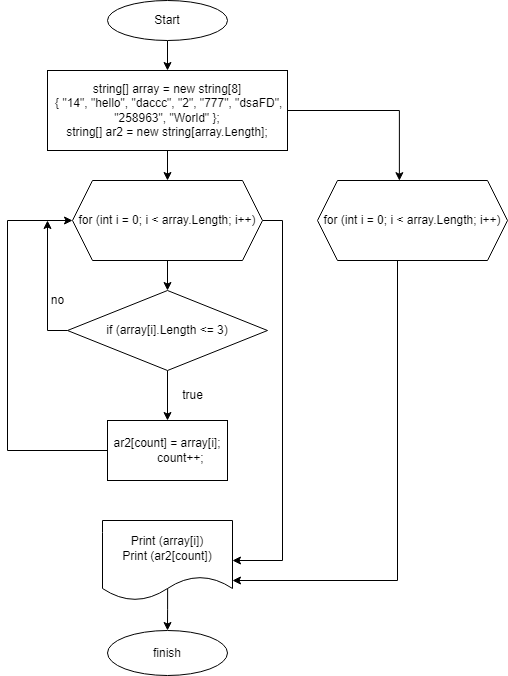
Earlier version of the draw.io export block-shema.png (Valepa2911/Massiv). Source tidied: cells renumbered, new cells last; positions are measured from the earlier drawing's top-left corner, leaving out a move shared by most shapes. The source it was exported from:
```xml
<mxGraphModel>
  <root>
    <mxCell id="0" />
    <mxCell id="1" parent="0" />
    <mxCell id="2" style="edgeStyle=orthogonalEdgeStyle;rounded=0;jettySize=auto;html=1;entryX=0.5;entryY=0;entryDx=0;entryDy=0;" parent="1" edge="1" source="3" target="6">
      <mxGeometry relative="1" as="geometry" />
    </mxCell>
    <mxCell id="3" value="Start" style="ellipse;whiteSpace=wrap;html=1;" parent="1" vertex="1">
      <mxGeometry x="100" width="120" height="40" as="geometry" />
    </mxCell>
    <mxCell id="4" style="edgeStyle=orthogonalEdgeStyle;rounded=0;jettySize=auto;html=1;" parent="1" edge="1" source="6" target="9">
      <mxGeometry relative="1" as="geometry">
        <Array as="points">
          <mxPoint x="160" y="90" />
          <mxPoint x="160" y="90" />
        </Array>
      </mxGeometry>
    </mxCell>
    <mxCell id="5" style="edgeStyle=orthogonalEdgeStyle;rounded=0;jettySize=auto;html=1;entryX=0.431;entryY=0.002;entryDx=0;entryDy=0;entryPerimeter=0;" parent="1" edge="1" source="6" target="21">
      <mxGeometry relative="1" as="geometry" />
    </mxCell>
    <mxCell id="6" value="&lt;div&gt;string[] array = new string[8]&lt;/div&gt;&lt;div&gt;&amp;nbsp;{ &quot;14&quot;, &quot;hello&quot;, &quot;daccc&quot;, &quot;2&quot;, &quot;777&quot;, &quot;dsaFD&quot;, &quot;258963&quot;, &quot;World&quot; };&lt;/div&gt;&lt;div&gt;&lt;span style=&quot;background-color: initial;&quot;&gt;string[] ar2 = new string[array.Length];&lt;/span&gt;&lt;br&gt;&lt;/div&gt;" style="rounded=0;whiteSpace=wrap;html=1;" parent="1" vertex="1">
      <mxGeometry x="40" y="70" width="240" height="80" as="geometry" />
    </mxCell>
    <mxCell id="7" style="edgeStyle=orthogonalEdgeStyle;rounded=0;jettySize=auto;html=1;" parent="1" edge="1" source="9" target="12">
      <mxGeometry relative="1" as="geometry" />
    </mxCell>
    <mxCell id="8" style="edgeStyle=orthogonalEdgeStyle;rounded=0;jettySize=auto;html=1;entryX=1;entryY=0.5;entryDx=0;entryDy=0;" parent="1" edge="1" source="9" target="18">
      <mxGeometry relative="1" as="geometry">
        <Array as="points">
          <mxPoint x="275" y="220" />
          <mxPoint x="275" y="560" />
        </Array>
      </mxGeometry>
    </mxCell>
    <mxCell id="9" value="for (int i = 0; i &amp;lt; array.Length; i++)" style="shape=hexagon;perimeter=hexagonPerimeter2;whiteSpace=wrap;html=1;fixedSize=1;" parent="1" vertex="1">
      <mxGeometry x="65" y="180" width="190" height="80" as="geometry" />
    </mxCell>
    <mxCell id="10" style="edgeStyle=orthogonalEdgeStyle;rounded=0;jettySize=auto;html=1;" parent="1" edge="1" source="12" target="14">
      <mxGeometry relative="1" as="geometry" />
    </mxCell>
    <mxCell id="11" style="edgeStyle=orthogonalEdgeStyle;rounded=0;jettySize=auto;html=1;" parent="1" edge="1" source="12">
      <mxGeometry relative="1" as="geometry">
        <mxPoint x="40" y="220" as="targetPoint" />
      </mxGeometry>
    </mxCell>
    <mxCell id="12" value="if (array[i].Length &amp;lt;= 3)" style="rhombus;whiteSpace=wrap;html=1;" parent="1" vertex="1">
      <mxGeometry x="60" y="290" width="200" height="80" as="geometry" />
    </mxCell>
    <mxCell id="13" style="edgeStyle=orthogonalEdgeStyle;rounded=0;jettySize=auto;html=1;entryX=0;entryY=0.5;entryDx=0;entryDy=0;" parent="1" edge="1" source="14" target="9">
      <mxGeometry relative="1" as="geometry">
        <Array as="points">
          <mxPoint y="450" />
          <mxPoint y="220" />
        </Array>
      </mxGeometry>
    </mxCell>
    <mxCell id="14" value="&lt;div&gt;ar2[count] = array[i];&lt;/div&gt;&lt;div&gt;&amp;nbsp; &amp;nbsp; &amp;nbsp; &amp;nbsp; count++;&lt;/div&gt;" style="rounded=0;whiteSpace=wrap;html=1;" parent="1" vertex="1">
      <mxGeometry x="100" y="420" width="120" height="60" as="geometry" />
    </mxCell>
    <mxCell id="15" value="true" style="text;html=1;align=center;verticalAlign=middle;strokeColor=none;fillColor=none;" parent="1" vertex="1">
      <mxGeometry x="165" y="380" width="40" height="30" as="geometry" />
    </mxCell>
    <mxCell id="16" value="no" style="text;html=1;align=center;verticalAlign=middle;strokeColor=none;fillColor=none;" parent="1" vertex="1">
      <mxGeometry x="30" y="285" width="40" height="30" as="geometry" />
    </mxCell>
    <mxCell id="17" style="edgeStyle=orthogonalEdgeStyle;rounded=0;jettySize=auto;html=1;exitX=0.501;exitY=0.843;exitDx=0;exitDy=0;exitPerimeter=0;" parent="1" edge="1" source="18" target="19">
      <mxGeometry relative="1" as="geometry" />
    </mxCell>
    <mxCell id="18" value="Print (array[i])&lt;br&gt;Print (ar2[count])" style="shape=document;whiteSpace=wrap;html=1;boundedLbl=1;" parent="1" vertex="1">
      <mxGeometry x="95" y="520" width="130" height="80" as="geometry" />
    </mxCell>
    <mxCell id="19" value="finish" style="ellipse;whiteSpace=wrap;html=1;" parent="1" vertex="1">
      <mxGeometry x="100" y="630" width="120" height="45" as="geometry" />
    </mxCell>
    <mxCell id="20" style="edgeStyle=orthogonalEdgeStyle;rounded=0;jettySize=auto;html=1;entryX=1;entryY=0.75;entryDx=0;entryDy=0;" parent="1" edge="1" source="21" target="18">
      <mxGeometry relative="1" as="geometry">
        <Array as="points">
          <mxPoint x="390" y="580" />
        </Array>
      </mxGeometry>
    </mxCell>
    <mxCell id="21" value="for (int i = 0; i &amp;lt; array.Length; i++)" style="shape=hexagon;perimeter=hexagonPerimeter2;whiteSpace=wrap;html=1;fixedSize=1;" parent="1" vertex="1">
      <mxGeometry x="310" y="180" width="190" height="80" as="geometry" />
    </mxCell>
  </root>
</mxGraphModel>
```
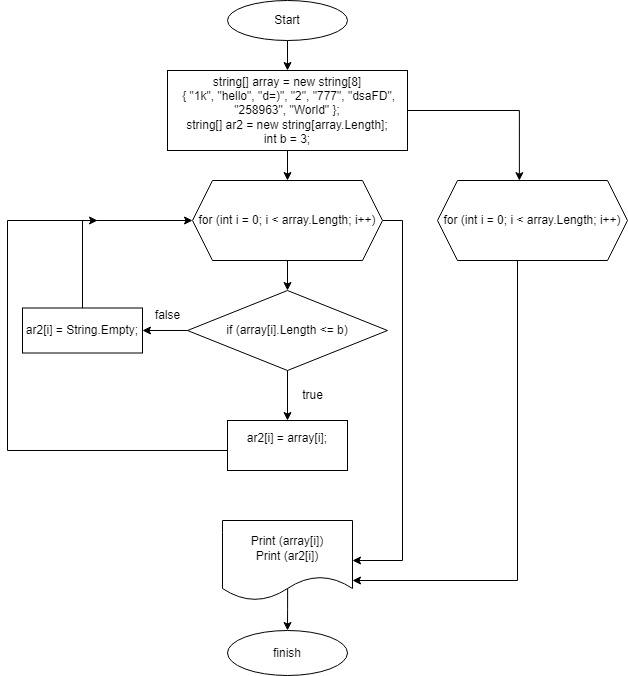
Later version of the same file.

The edit, as a diff of the source:
```diff
@@ -19,7 +19,7 @@
     <mxCell id="5" style="edgeStyle=orthogonalEdgeStyle;rounded=0;jettySize=auto;html=1;entryX=0.431;entryY=0.002;entryDx=0;entryDy=0;entryPerimeter=0;" parent="1" edge="1" source="6" target="21">
       <mxGeometry relative="1" as="geometry" />
     </mxCell>
-    <mxCell id="6" value="&lt;div&gt;string[] array = new string[8]&lt;/div&gt;&lt;div&gt;&amp;nbsp;{ &quot;14&quot;, &quot;hello&quot;, &quot;daccc&quot;, &quot;2&quot;, &quot;777&quot;, &quot;dsaFD&quot;, &quot;258963&quot;, &quot;World&quot; };&lt;/div&gt;&lt;div&gt;&lt;span style=&quot;background-color: initial;&quot;&gt;string[] ar2 = new string[array.Length];&lt;/span&gt;&lt;br&gt;&lt;/div&gt;" style="rounded=0;whiteSpace=wrap;html=1;" parent="1" vertex="1">
+    <mxCell id="6" value="&lt;div&gt;string[] array = new string[8]&lt;/div&gt;&lt;div&gt;&amp;nbsp;{ &quot;1k&quot;, &quot;hello&quot;, &quot;d=)&quot;, &quot;2&quot;, &quot;777&quot;, &quot;dsaFD&quot;, &quot;258963&quot;, &quot;World&quot; };&lt;/div&gt;&lt;div&gt;&lt;span style=&quot;background-color: initial;&quot;&gt;string[] ar2 = new string[array.Length];&lt;/span&gt;&lt;br&gt;&lt;/div&gt;&lt;div&gt;&lt;span style=&quot;background-color: initial;&quot;&gt;int b = 3;&lt;/span&gt;&lt;/div&gt;" style="rounded=0;whiteSpace=wrap;html=1;" parent="1" vertex="1">
       <mxGeometry x="40" y="70" width="240" height="80" as="geometry" />
     </mxCell>
     <mxCell id="7" style="edgeStyle=orthogonalEdgeStyle;rounded=0;jettySize=auto;html=1;" parent="1" edge="1" source="9" target="12">
@@ -39,35 +39,33 @@
     <mxCell id="10" style="edgeStyle=orthogonalEdgeStyle;rounded=0;jettySize=auto;html=1;" parent="1" edge="1" source="12" target="14">
       <mxGeometry relative="1" as="geometry" />
     </mxCell>
-    <mxCell id="11" style="edgeStyle=orthogonalEdgeStyle;rounded=0;jettySize=auto;html=1;" parent="1" edge="1" source="12">
-      <mxGeometry relative="1" as="geometry">
-        <mxPoint x="40" y="220" as="targetPoint" />
-      </mxGeometry>
+    <mxCell id="11" style="edgeStyle=orthogonalEdgeStyle;rounded=0;jettySize=auto;html=1;entryX=1;entryY=0.5;entryDx=0;entryDy=0;" parent="1" edge="1" source="12" target="23">
+      <mxGeometry relative="1" as="geometry" />
     </mxCell>
-    <mxCell id="12" value="if (array[i].Length &amp;lt;= 3)" style="rhombus;whiteSpace=wrap;html=1;" parent="1" vertex="1">
+    <mxCell id="12" value="if (array[i].Length &amp;lt;= b)" style="rhombus;whiteSpace=wrap;html=1;" parent="1" vertex="1">
       <mxGeometry x="60" y="290" width="200" height="80" as="geometry" />
     </mxCell>
     <mxCell id="13" style="edgeStyle=orthogonalEdgeStyle;rounded=0;jettySize=auto;html=1;entryX=0;entryY=0.5;entryDx=0;entryDy=0;" parent="1" edge="1" source="14" target="9">
       <mxGeometry relative="1" as="geometry">
         <Array as="points">
-          <mxPoint y="450" />
-          <mxPoint y="220" />
+          <mxPoint x="-120" y="450" />
+          <mxPoint x="-120" y="220" />
         </Array>
       </mxGeometry>
     </mxCell>
-    <mxCell id="14" value="&lt;div&gt;ar2[count] = array[i];&lt;/div&gt;&lt;div&gt;&amp;nbsp; &amp;nbsp; &amp;nbsp; &amp;nbsp; count++;&lt;/div&gt;" style="rounded=0;whiteSpace=wrap;html=1;" parent="1" vertex="1">
-      <mxGeometry x="100" y="420" width="120" height="60" as="geometry" />
+    <mxCell id="14" value="&lt;div&gt;ar2[i] = array[i];&lt;/div&gt;&lt;div&gt;&amp;nbsp; &amp;nbsp; &amp;nbsp; &amp;nbsp;&amp;nbsp;&lt;/div&gt;" style="rounded=0;whiteSpace=wrap;html=1;" parent="1" vertex="1">
+      <mxGeometry x="100" y="420" width="120" height="50" as="geometry" />
     </mxCell>
     <mxCell id="15" value="true" style="text;html=1;align=center;verticalAlign=middle;strokeColor=none;fillColor=none;" parent="1" vertex="1">
       <mxGeometry x="165" y="380" width="40" height="30" as="geometry" />
     </mxCell>
-    <mxCell id="16" value="no" style="text;html=1;align=center;verticalAlign=middle;strokeColor=none;fillColor=none;" parent="1" vertex="1">
-      <mxGeometry x="30" y="285" width="40" height="30" as="geometry" />
+    <mxCell id="16" value="false" style="text;html=1;align=center;verticalAlign=middle;strokeColor=none;fillColor=none;" parent="1" vertex="1">
+      <mxGeometry x="15" y="300" width="50" height="30" as="geometry" />
     </mxCell>
     <mxCell id="17" style="edgeStyle=orthogonalEdgeStyle;rounded=0;jettySize=auto;html=1;exitX=0.501;exitY=0.843;exitDx=0;exitDy=0;exitPerimeter=0;" parent="1" edge="1" source="18" target="19">
       <mxGeometry relative="1" as="geometry" />
     </mxCell>
-    <mxCell id="18" value="Print (array[i])&lt;br&gt;Print (ar2[count])" style="shape=document;whiteSpace=wrap;html=1;boundedLbl=1;" parent="1" vertex="1">
+    <mxCell id="18" value="Print (array[i])&lt;br&gt;Print (ar2[i])" style="shape=document;whiteSpace=wrap;html=1;boundedLbl=1;" parent="1" vertex="1">
       <mxGeometry x="95" y="520" width="130" height="80" as="geometry" />
     </mxCell>
     <mxCell id="19" value="finish" style="ellipse;whiteSpace=wrap;html=1;" parent="1" vertex="1">
@@ -83,5 +81,16 @@
     <mxCell id="21" value="for (int i = 0; i &amp;lt; array.Length; i++)" style="shape=hexagon;perimeter=hexagonPerimeter2;whiteSpace=wrap;html=1;fixedSize=1;" parent="1" vertex="1">
       <mxGeometry x="310" y="180" width="190" height="80" as="geometry" />
     </mxCell>
+    <mxCell id="22" style="edgeStyle=orthogonalEdgeStyle;rounded=0;jettySize=auto;html=1;" parent="1" edge="1" source="23">
+      <mxGeometry relative="1" as="geometry">
+        <mxPoint x="-30" y="220" as="targetPoint" />
+        <Array as="points">
+          <mxPoint x="-45" y="220" />
+        </Array>
+      </mxGeometry>
+    </mxCell>
+    <mxCell id="23" value="ar2[i] = String.Empty;" style="rounded=0;whiteSpace=wrap;html=1;" parent="1" vertex="1">
+      <mxGeometry x="-105" y="307.5" width="120" height="45" as="geometry" />
+    </mxCell>
   </root>
 </mxGraphModel>
```
